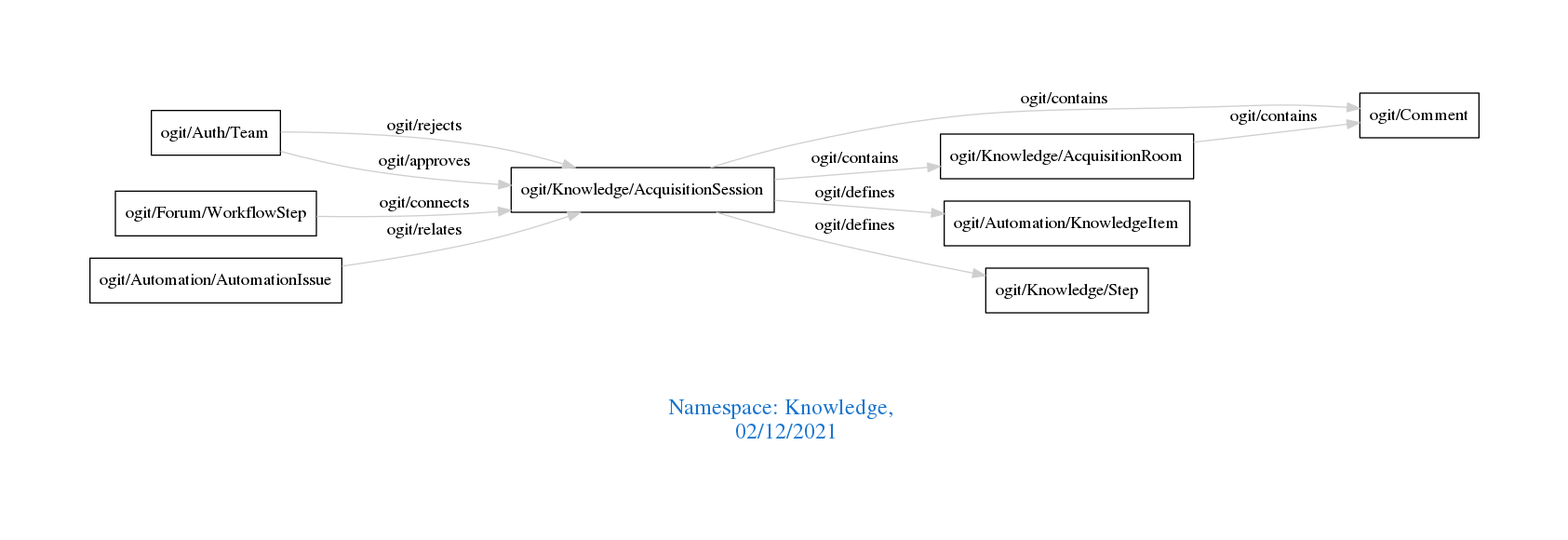
This is downloads/Knowledge.png from arago/OGIT, a Graphviz export, as it was before one commit. Its source is kept beside it as downloads/Knowledge.dot.
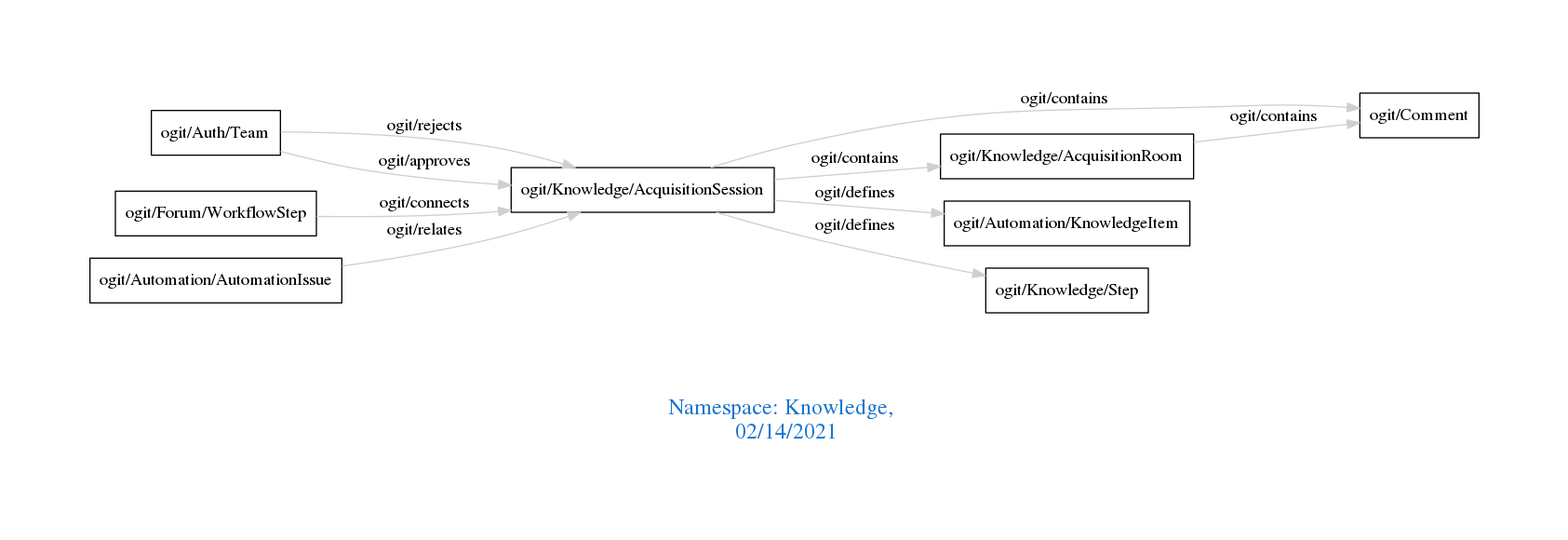
Above is the later version.

Change to the diagram source:
```diff
@@ -1,7 +1,7 @@
 digraph OGIT_ontology {
  graph [ rankdir= LR,pad=1
 fontsize = 18,
-fontcolor= dodgerblue3,label = "\n\n\nNamespace: Knowledge, \n 02/12/2021"];
+fontcolor= dodgerblue3,label = "\n\n\nNamespace: Knowledge, \n 02/14/2021"];
 node[shape=polygon];
 edge [  color="gray81"];
 
```
